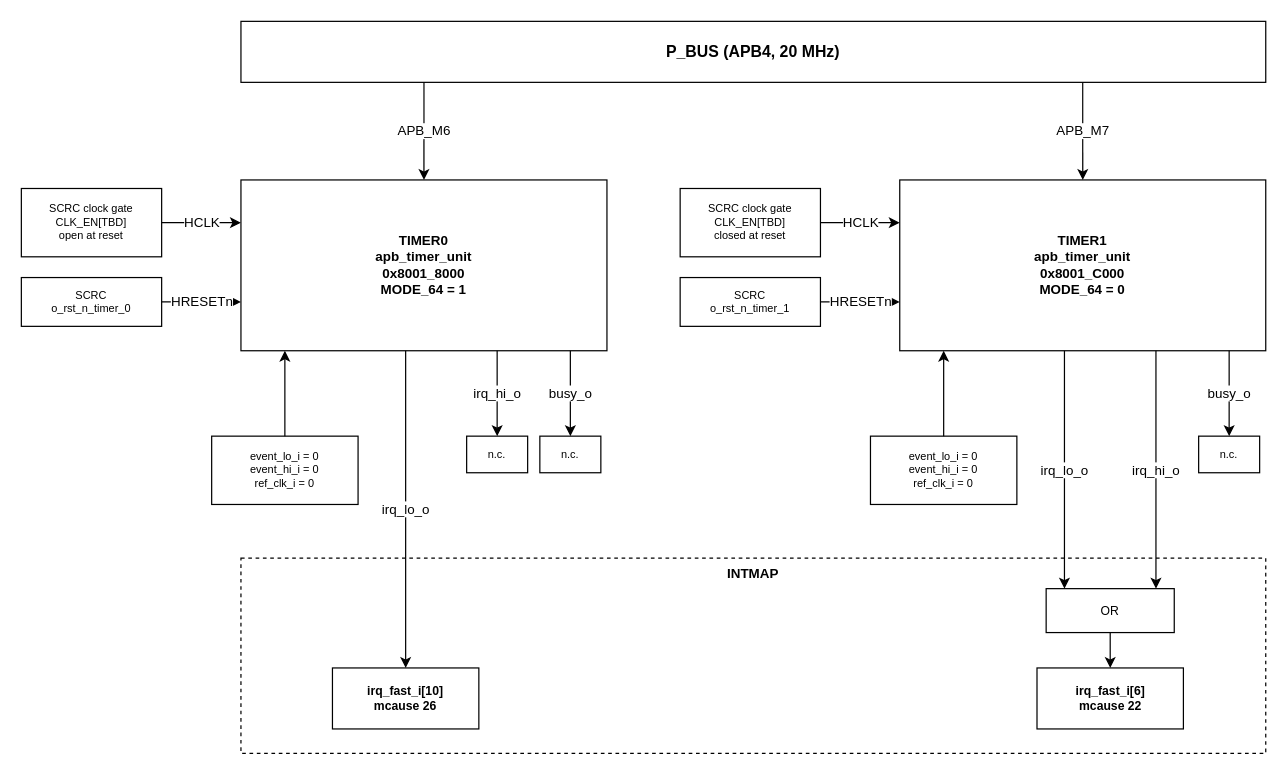
Above: page "TIMER0 and TIMER1 in QSOC" (1 of 3) of doc/figures/drawio/QNSC_Timer_PWM.drawio in quynhonsemiconductor/vlsi_deep_training (draw.io), before the change. Source tidied: cells renumbered, new cells numbered last; positions are measured from the earlier drawing's top-left corner, leaving out a move shared by most shapes. Both pictures are drawn from the tidied source at 122%, with x=0, y=0 at pixel (21, 21).
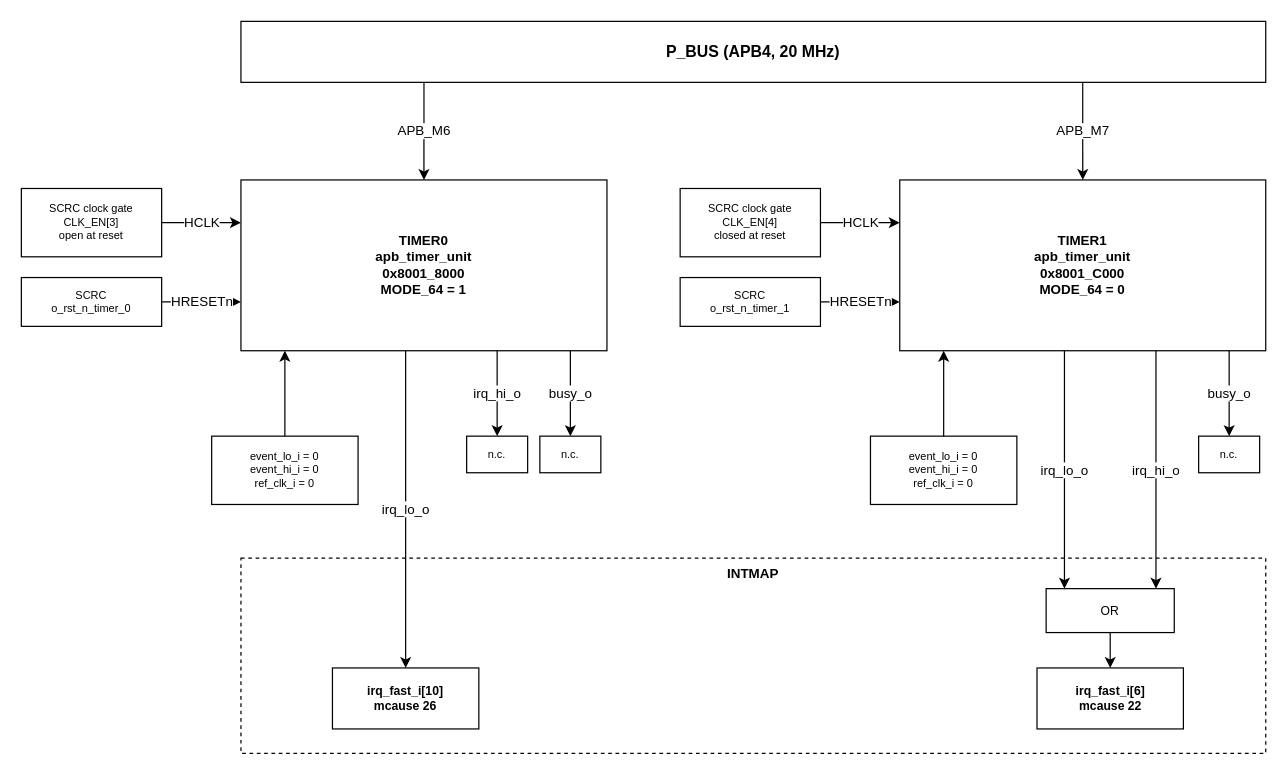
Above is the later version.

What changed in the source:
```diff
@@
-    <mxCell id="5" value="SCRC clock gate&#10;CLK_EN[TBD]&#10;open at reset" style="rounded=0;whiteSpace=wrap;html=1;fillColor=#ffffff;strokeColor=#000000;fontSize=9;dashed=0;verticalAlign=middle;" parent="1" vertex="1">
+    <mxCell id="5" value="SCRC clock gate&#10;CLK_EN[3]&#10;open at reset" style="rounded=0;whiteSpace=wrap;html=1;fillColor=#ffffff;strokeColor=#000000;fontSize=9;dashed=0;verticalAlign=middle;" parent="1" vertex="1">
       <mxGeometry y="137" width="115" height="56" as="geometry" />
     </mxCell>
@@
-    <mxCell id="7" value="SCRC clock gate&#10;CLK_EN[TBD]&#10;closed at reset" style="rounded=0;whiteSpace=wrap;html=1;fillColor=#ffffff;strokeColor=#000000;fontSize=9;dashed=0;verticalAlign=middle;" parent="1" vertex="1">
+    <mxCell id="7" value="SCRC clock gate&#10;CLK_EN[4]&#10;closed at reset" style="rounded=0;whiteSpace=wrap;html=1;fillColor=#ffffff;strokeColor=#000000;fontSize=9;dashed=0;verticalAlign=middle;" parent="1" vertex="1">
       <mxGeometry x="540" y="137" width="115" height="56" as="geometry" />
     </mxCell>
```
